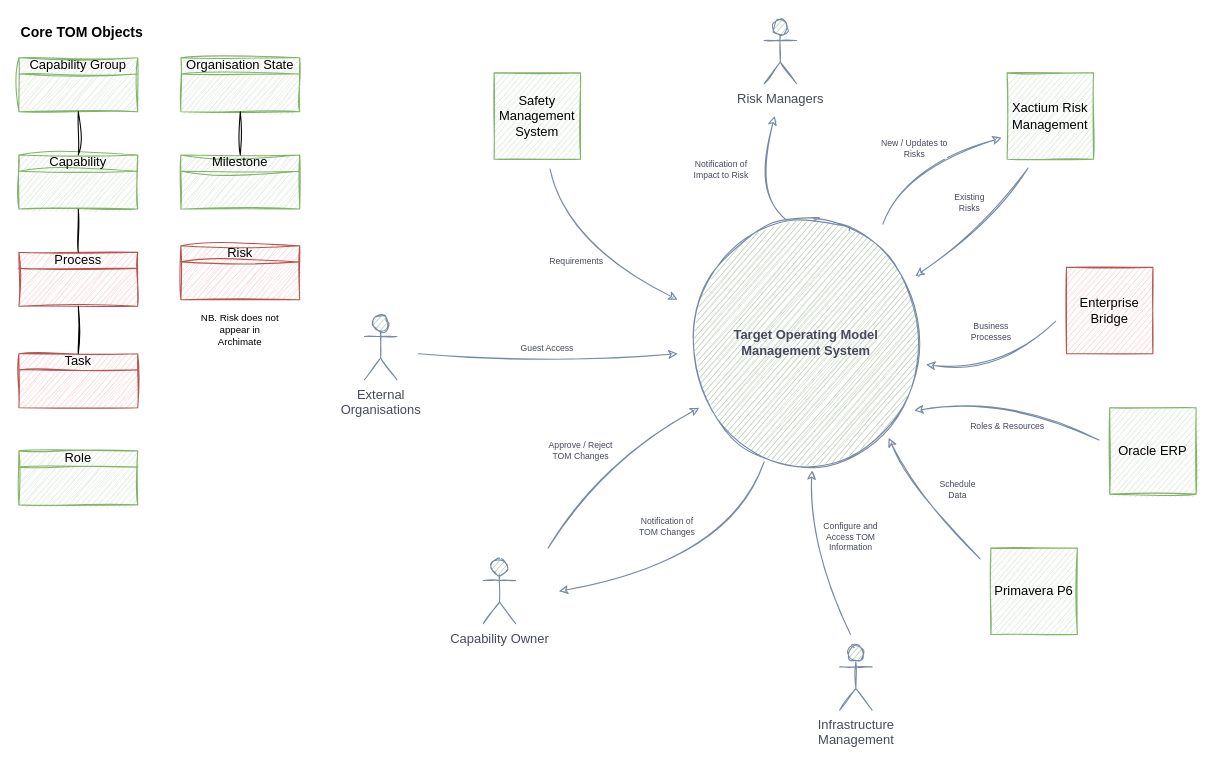
Before: TOM Management.drawio in martinlt/reference, a draw.io diagram. Source tidied: cells renumbered, new cells numbered last; positions are measured from the earlier drawing's top-left corner, leaving out a move shared by most shapes. Both pictures are drawn from the tidied source at 108%, with x=0, y=0 at pixel (18, 18).
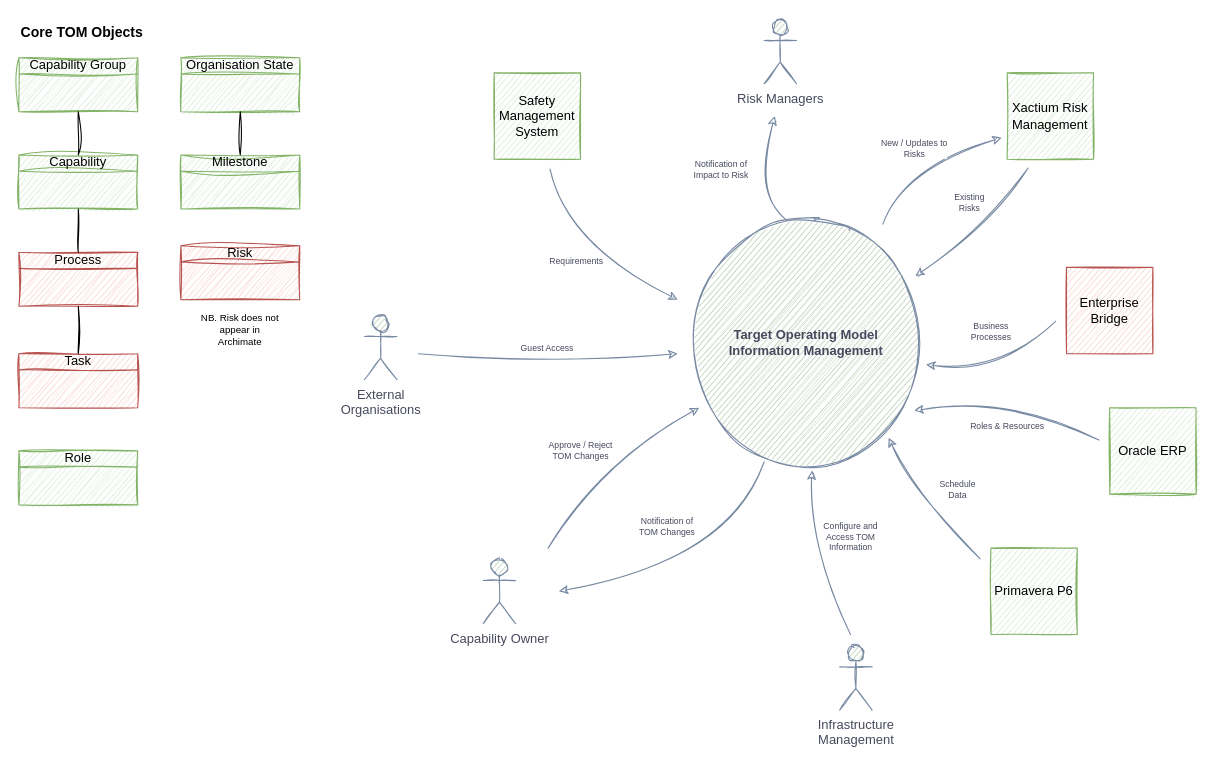
Above is the later version.

Diff of the diagram source:
```diff
@@
-    <mxCell id="3" value="Target Operating Model &lt;br&gt;Management System" style="ellipse;whiteSpace=wrap;html=1;sketch=1;fillColor=#B2C9AB;strokeColor=#788AA3;fontColor=#46495D;fontStyle=1;" parent="1" vertex="1">
+    <mxCell id="3" value="Target Operating Model &lt;br&gt;Information Management" style="ellipse;whiteSpace=wrap;html=1;sketch=1;fillColor=#B2C9AB;strokeColor=#788AA3;fontColor=#46495D;fontStyle=1;" parent="1" vertex="1">
       <mxGeometry x="619" y="190" width="220" height="220" as="geometry" />
     </mxCell>
```
